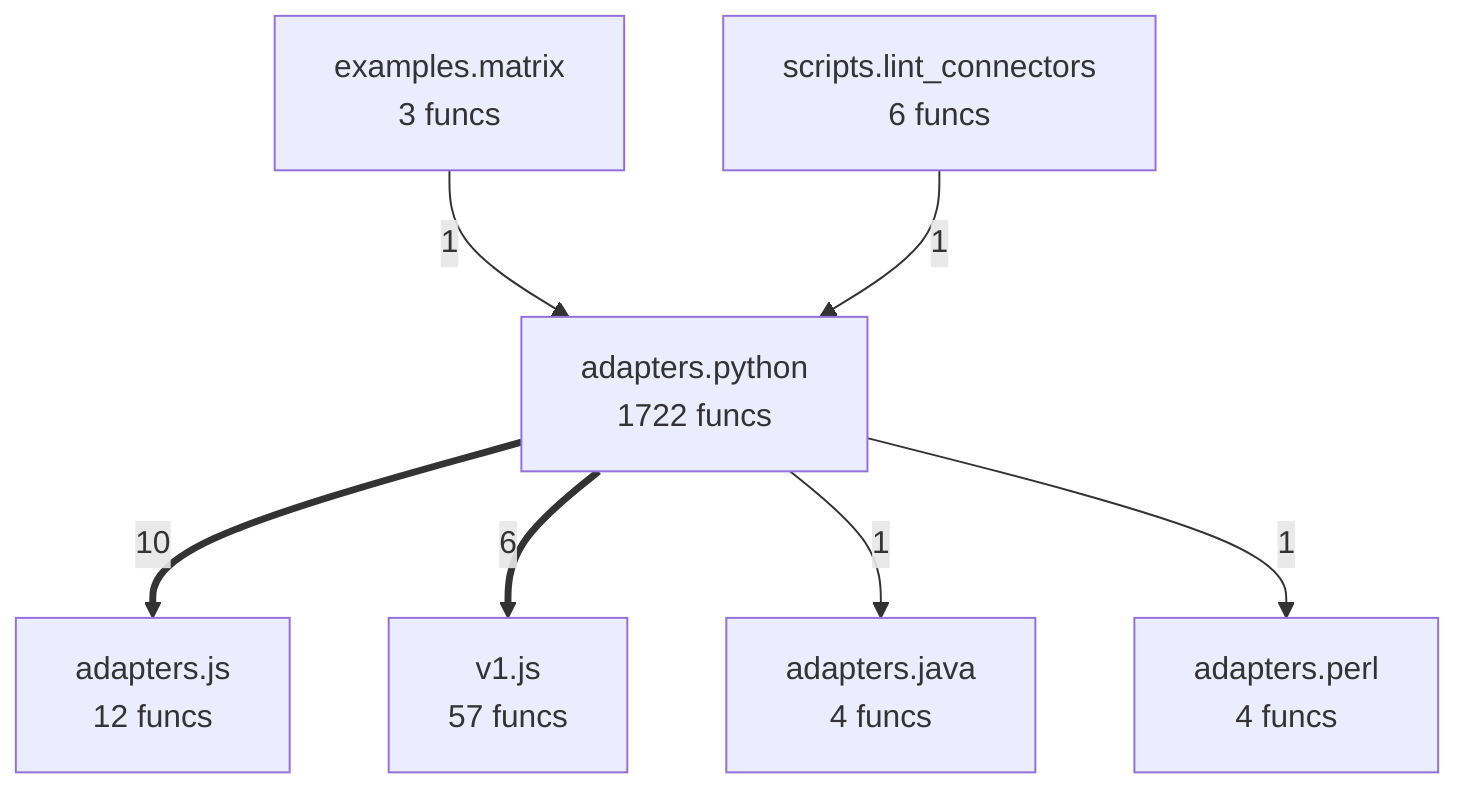
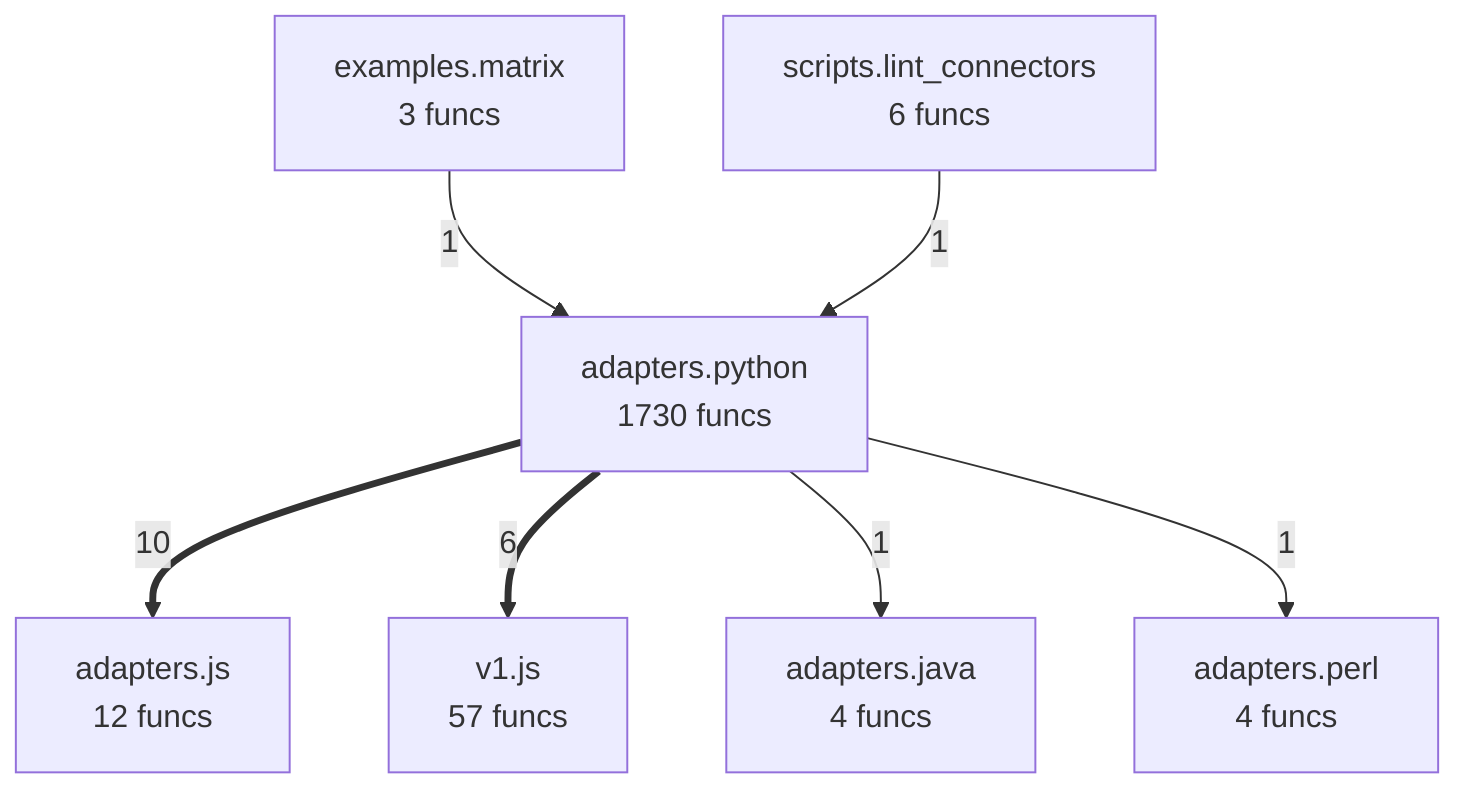
flowchart TD
- %% generated in 0.04s
+ %% generated in 0.05s
    adapters__java["adapters.java<br/>4 funcs"]
    adapters__js["adapters.js<br/>12 funcs"]
    adapters__perl["adapters.perl<br/>4 funcs"]
-     adapters__python["adapters.python<br/>1722 funcs"]
+     adapters__python["adapters.python<br/>1730 funcs"]
    examples__matrix["examples.matrix<br/>3 funcs"]
    scripts__lint_connectors["scripts.lint_connectors<br/>6 funcs"]
    v1__js["v1.js<br/>57 funcs"]
    adapters__python ==>|10| adapters__js
    adapters__python ==>|6| v1__js
    examples__matrix -->|1| adapters__python
    scripts__lint_connectors -->|1| adapters__python
    adapters__python -->|1| adapters__java
    adapters__python -->|1| adapters__perl
